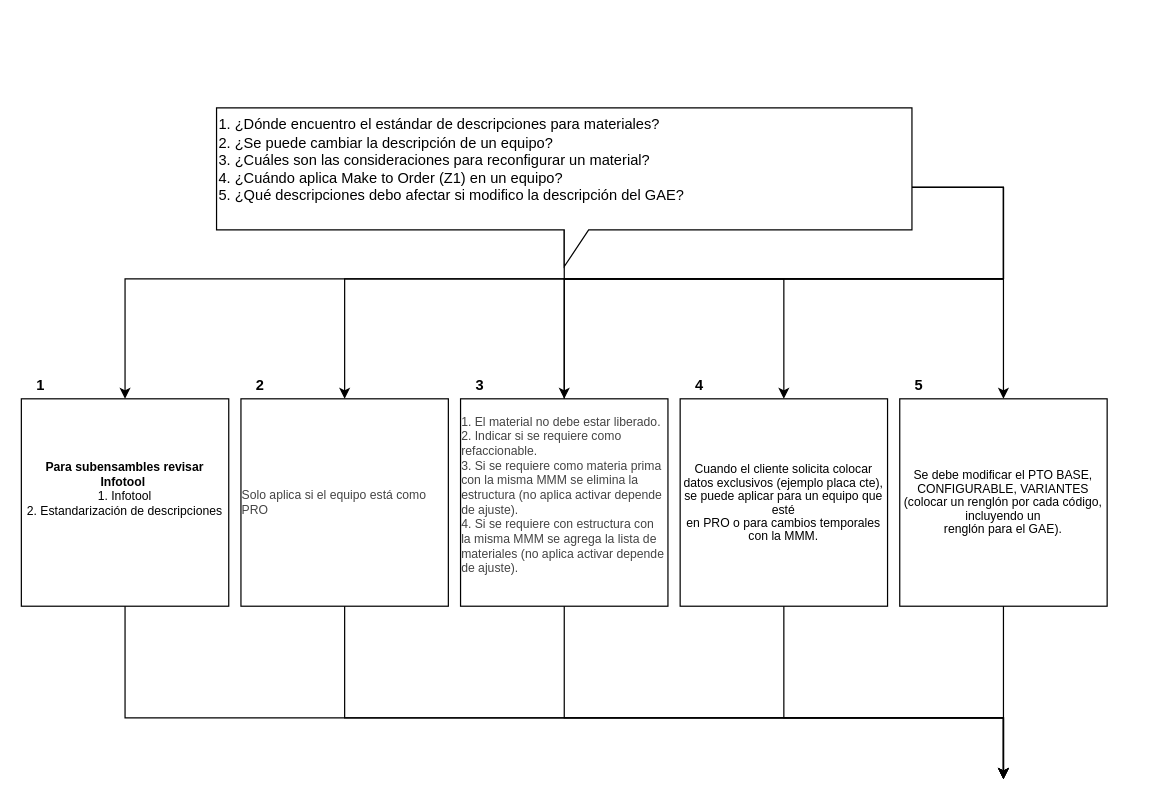
ALRC1525/FlujoBot keeps this draw.io diagram as page "MMM" (2 of 11) of Diagramas de conversación.drawio. Above is the earlier version. Source tidied: cells renumbered, new cells numbered last; positions are measured from the earlier drawing's top-left corner, leaving out a move shared by most shapes. Both pictures are drawn from the tidied source at 122%, with x=0, y=0 at pixel (21, 107).
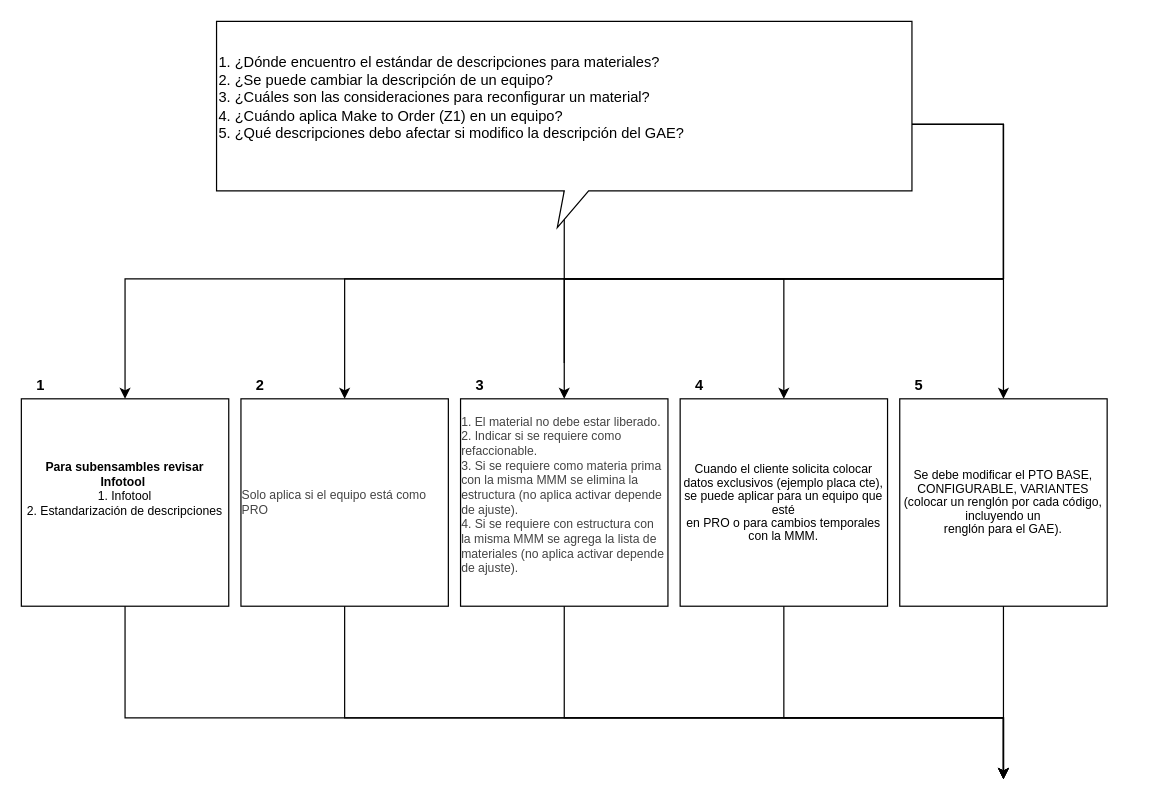
The same diagram, later.

What changed in the source:
```diff
@@
-    <mxCell id="7" value="&lt;div&gt;1. ¿Dónde encuentro el estándar de descripciones para materiales?&lt;/div&gt;&lt;div&gt;2. ¿Se puede cambiar la descripción de un equipo?&lt;/div&gt;&lt;div&gt;3. ¿Cuáles son las consideraciones para reconfigurar un material?&lt;/div&gt;&lt;div&gt;4. ¿Cuándo aplica Make to Order (Z1) en un equipo?&lt;/div&gt;&lt;div&gt;5. ¿Qué descripciones debo afectar si modifico la descripción del GAE?&lt;/div&gt;&lt;div&gt;&lt;br&gt;&lt;/div&gt;" style="shape=callout;whiteSpace=wrap;html=1;perimeter=calloutPerimeter;align=left;" parent="1" vertex="1">
-      <mxGeometry x="160" width="570" height="130" as="geometry" />
+    <mxCell id="7" value="&lt;div&gt;1. ¿Dónde encuentro el estándar de descripciones para materiales?&lt;/div&gt;&lt;div&gt;2. ¿Se puede cambiar la descripción de un equipo?&lt;/div&gt;&lt;div&gt;3. ¿Cuáles son las consideraciones para reconfigurar un material?&lt;/div&gt;&lt;div&gt;4. ¿Cuándo aplica Make to Order (Z1) en un equipo?&lt;/div&gt;&lt;div&gt;5. ¿Qué descripciones debo afectar si modifico la descripción del GAE?&lt;/div&gt;&lt;div&gt;&lt;br&gt;&lt;/div&gt;" style="shape=callout;whiteSpace=wrap;html=1;perimeter=calloutPerimeter;align=left;position2=0.49;" parent="1" vertex="1">
+      <mxGeometry x="160" y="-71" width="570" height="169" as="geometry" />
     </mxCell>
```
